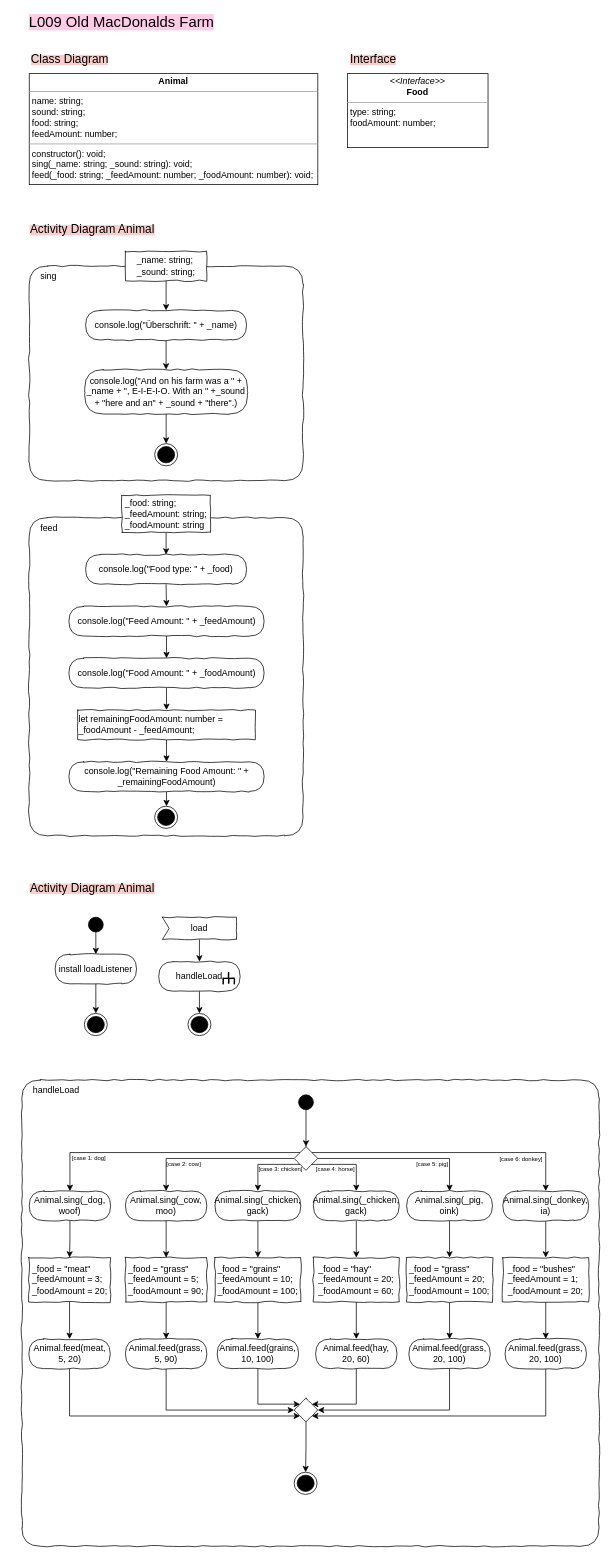
This is L009 Classes/oldmacdonaldsfarm.drawio from JuliaKaeppeler/Eia2Julia, a draw.io file, before an edit. Source tidied: cells renumbered, new cells numbered last; positions are measured from the earlier drawing's top-left corner, leaving out a move shared by most shapes. Both pictures are drawn from the tidied source at 74%, with x=0, y=0 at pixel (13, 14).
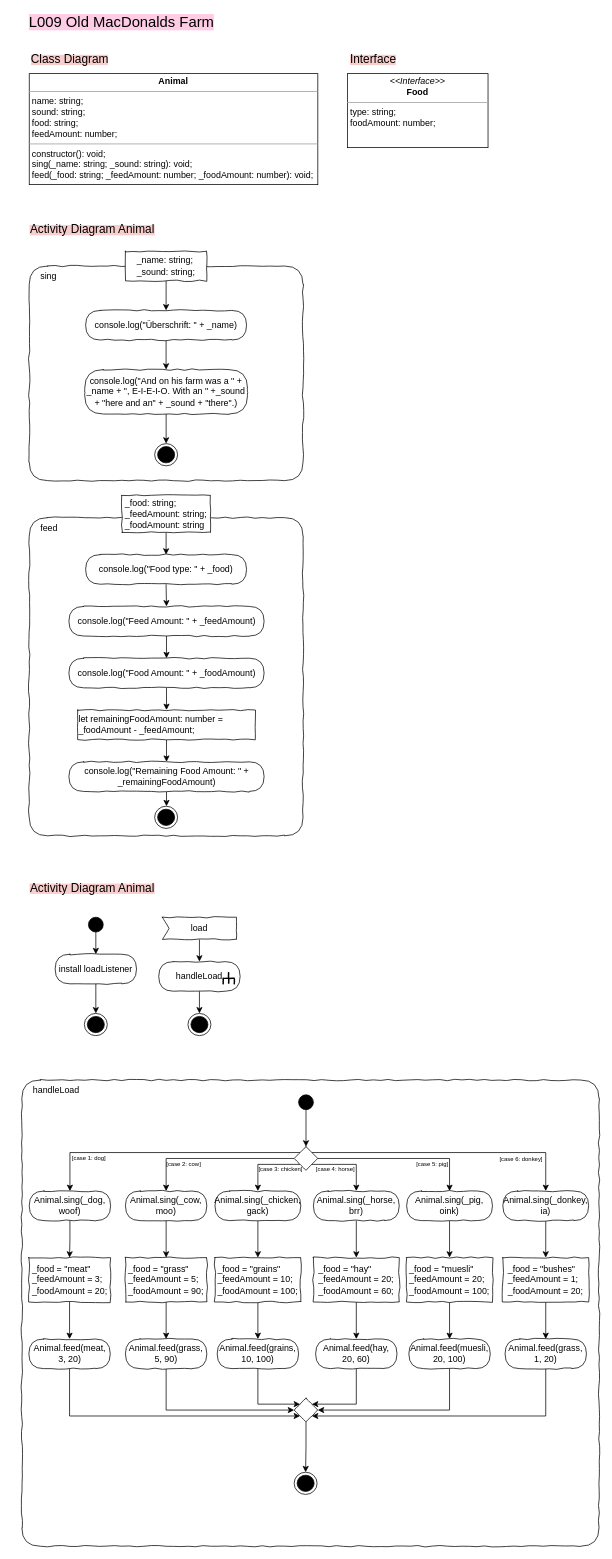
Above is the later version.

Diff of the diagram source:
```diff
@@
-    <mxCell id="54" value="Animal.feed(meat, 5, 20)" style="rounded=1;whiteSpace=wrap;html=1;absoluteArcSize=1;arcSize=50;strokeWidth=1;shadow=0;comic=1;" parent="1" vertex="1">
+    <mxCell id="54" value="Animal.feed(meat, 3, 20)" style="rounded=1;whiteSpace=wrap;html=1;absoluteArcSize=1;arcSize=50;strokeWidth=1;shadow=0;comic=1;" parent="1" vertex="1">
       <mxGeometry x="21.5" y="1790" width="110" height="40" as="geometry" />
     </mxCell>
@@
-    <mxCell id="79" value="Animal.sing(_chicken, gack)" style="rounded=1;whiteSpace=wrap;html=1;absoluteArcSize=1;arcSize=50;strokeWidth=1;shadow=0;comic=1;" parent="1" vertex="1">
+    <mxCell id="79" value="Animal.sing(_horse, brr)" style="rounded=1;whiteSpace=wrap;html=1;absoluteArcSize=1;arcSize=50;strokeWidth=1;shadow=0;comic=1;" parent="1" vertex="1">
       <mxGeometry x="406" y="1590" width="116" height="40" as="geometry" />
     </mxCell>
@@
-    <mxCell id="88" value="&lt;div style=&quot;text-align: left&quot;&gt;_food = &quot;grass&quot;&lt;/div&gt;&lt;div style=&quot;text-align: left&quot;&gt;_feedAmount = 20;&lt;/div&gt;&lt;div style=&quot;text-align: left&quot;&gt;_foodAmount = 100;&lt;/div&gt;" style="rounded=0;whiteSpace=wrap;html=1;comic=1;" parent="1" vertex="1">
+    <mxCell id="88" value="&lt;div style=&quot;text-align: left&quot;&gt;_food = &quot;muesli&quot;&lt;/div&gt;&lt;div style=&quot;text-align: left&quot;&gt;_feedAmount = 20;&lt;/div&gt;&lt;div style=&quot;text-align: left&quot;&gt;_foodAmount = 100;&lt;/div&gt;" style="rounded=0;whiteSpace=wrap;html=1;comic=1;" parent="1" vertex="1">
       <mxGeometry x="532" y="1680" width="116" height="60" as="geometry" />
     </mxCell>
@@
-    <mxCell id="90" value="Animal.feed(grass, 20, 100)" style="rounded=1;whiteSpace=wrap;html=1;absoluteArcSize=1;arcSize=50;strokeWidth=1;shadow=0;comic=1;" parent="1" vertex="1">
+    <mxCell id="90" value="Animal.feed(muesli, 20, 100)" style="rounded=1;whiteSpace=wrap;html=1;absoluteArcSize=1;arcSize=50;strokeWidth=1;shadow=0;comic=1;" parent="1" vertex="1">
       <mxGeometry x="535" y="1790" width="110" height="40" as="geometry" />
     </mxCell>
@@
-    <mxCell id="98" value="Animal.feed(grass, 20, 100)" style="rounded=1;whiteSpace=wrap;html=1;absoluteArcSize=1;arcSize=50;strokeWidth=1;shadow=0;comic=1;" parent="1" vertex="1">
+    <mxCell id="98" value="Animal.feed(grass, 1, 20)" style="rounded=1;whiteSpace=wrap;html=1;absoluteArcSize=1;arcSize=50;strokeWidth=1;shadow=0;comic=1;" parent="1" vertex="1">
       <mxGeometry x="665" y="1790" width="110" height="40" as="geometry" />
     </mxCell>
```
